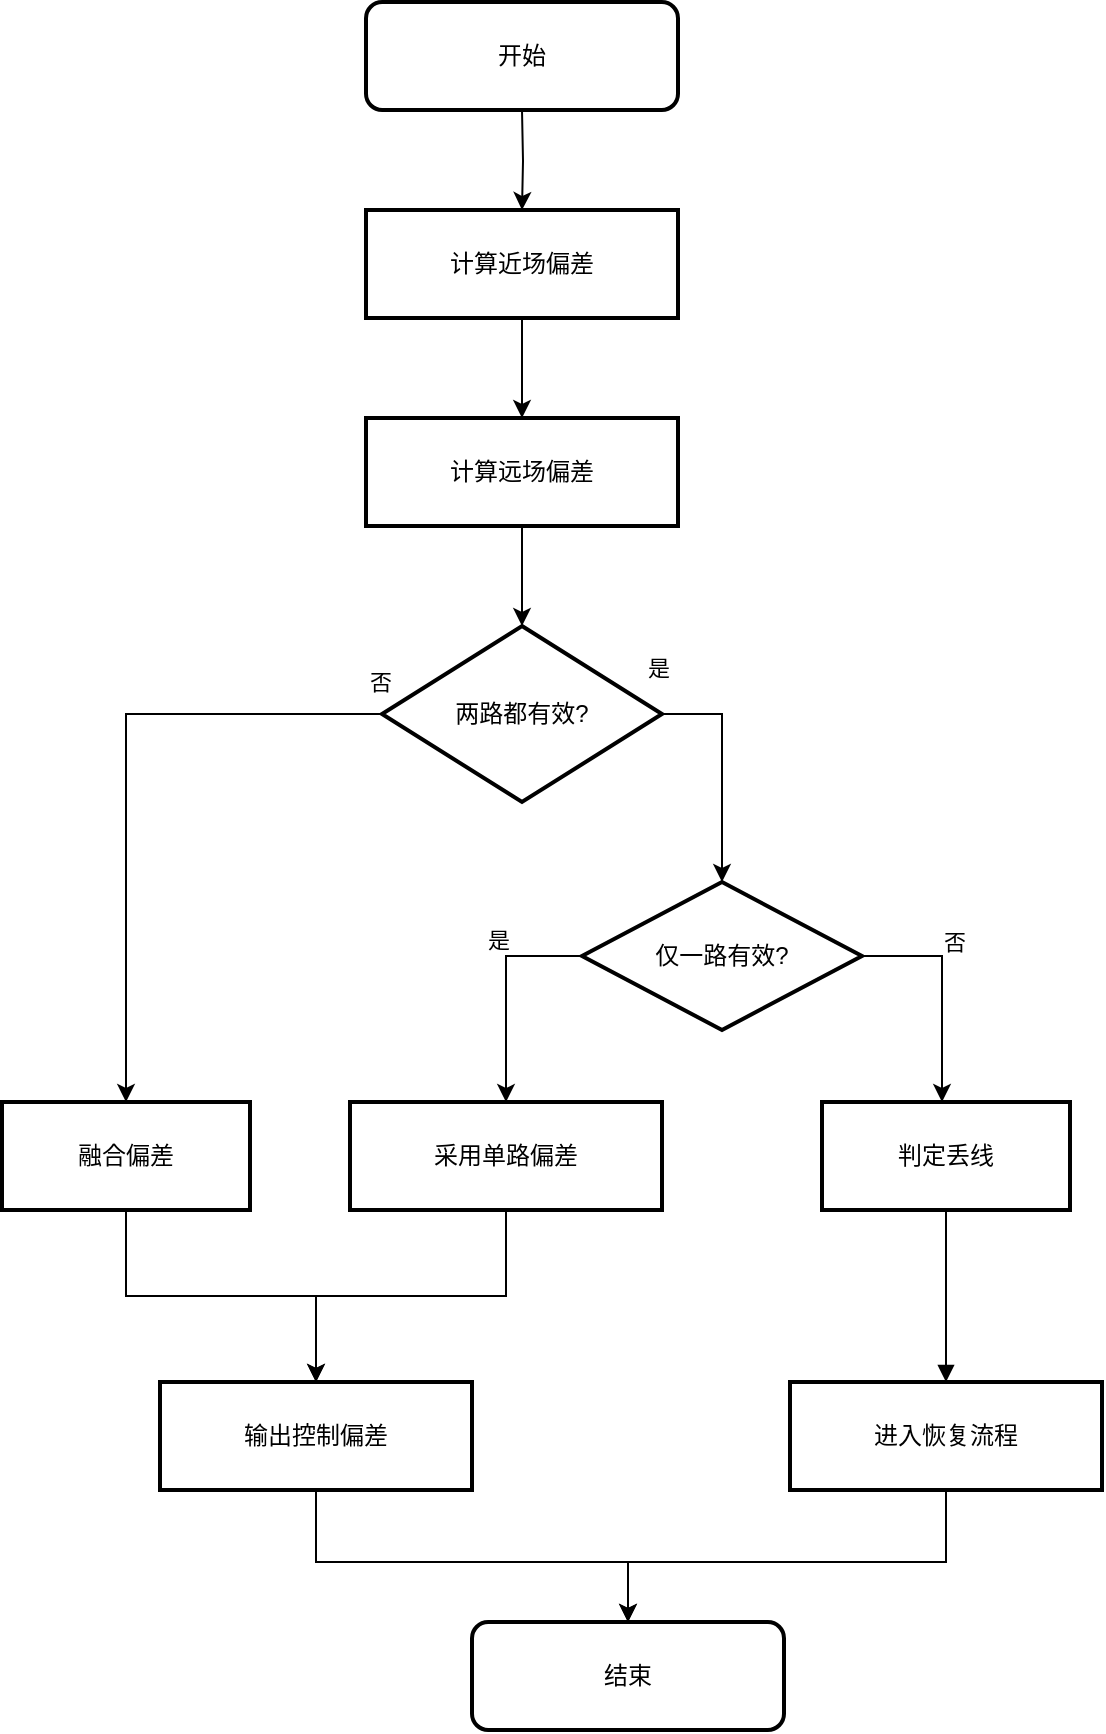
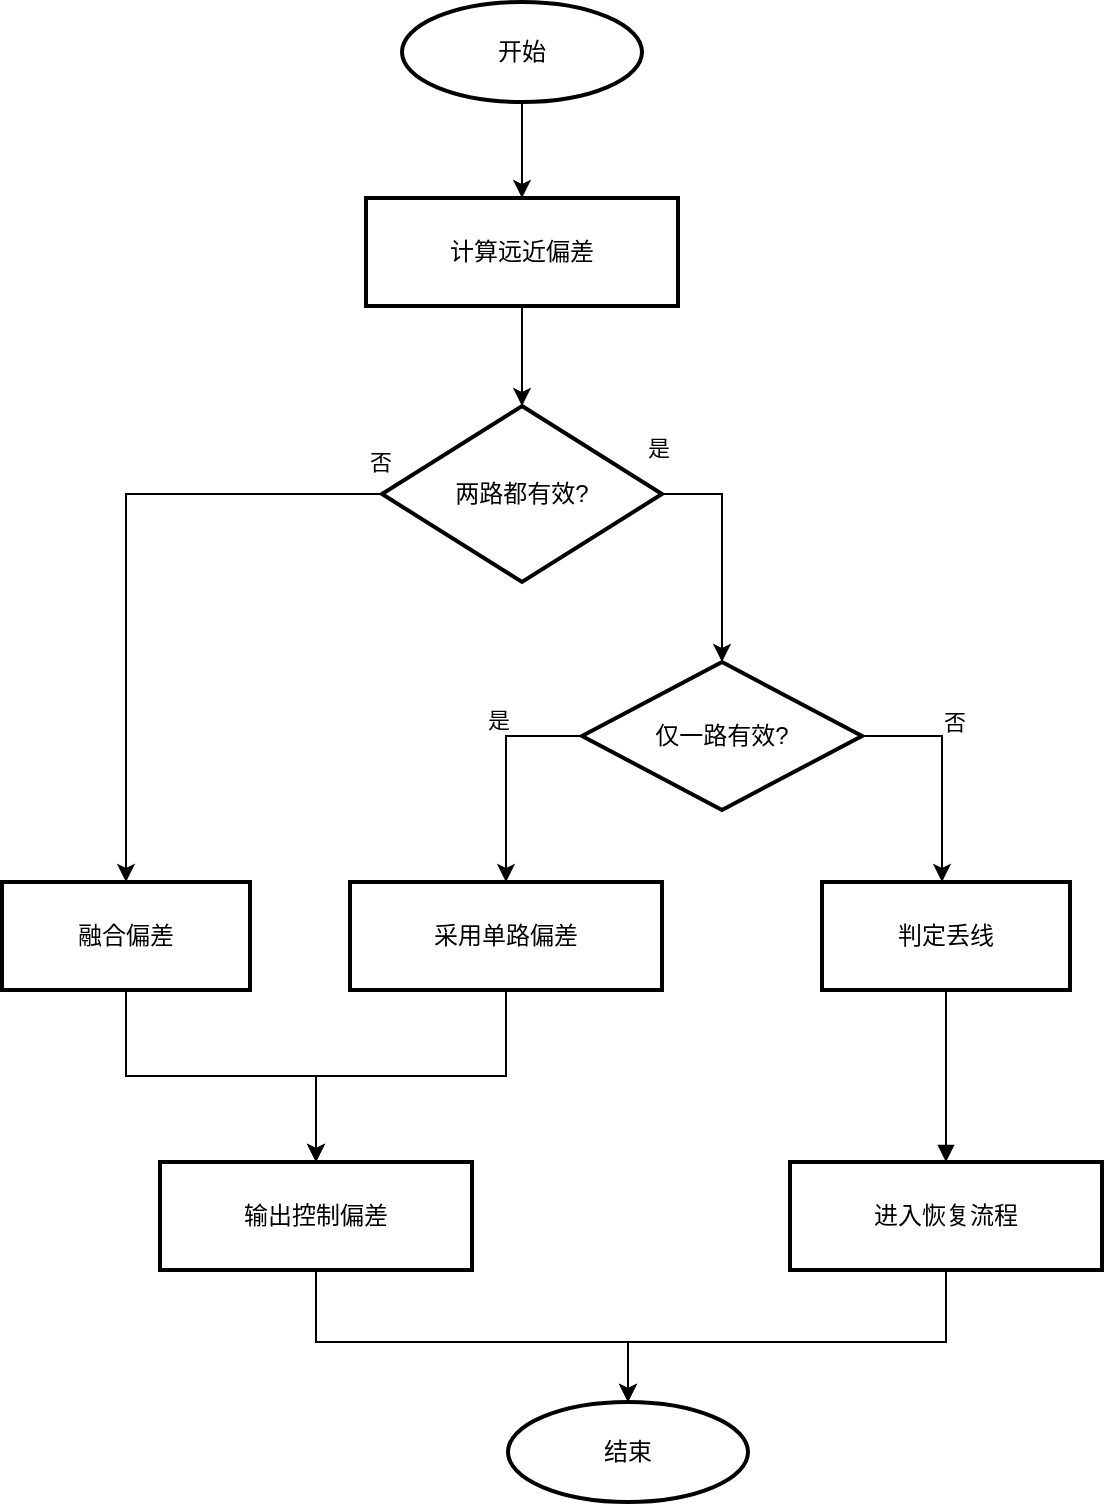
<mxfile host="app.diagrams.net">
  <diagram name="第 1 页" id="6ZN7ejQheA7mpfsWvkvQ">
-     <mxGraphModel dx="832" dy="465" grid="1" gridSize="10" guides="1" tooltips="1" connect="1" arrows="1" fold="1" page="1" pageScale="1" pageWidth="827" pageHeight="1169" math="0" shadow="0">
+     <mxGraphModel dx="1488" dy="833" grid="1" gridSize="10" guides="1" tooltips="1" connect="1" arrows="1" fold="1" page="1" pageScale="1" pageWidth="827" pageHeight="1169" math="0" shadow="0">
      <root>
        <mxCell id="0" />
        <mxCell id="1" parent="0" />
-         <mxCell id="a6NCEpF008HiBpCuohEk-43" edge="1" parent="1" style="edgeStyle=orthogonalEdgeStyle;rounded=0;orthogonalLoop=1;jettySize=auto;html=1;" target="a6NCEpF008HiBpCuohEk-24" value="">
-           <mxGeometry relative="1" as="geometry">
-             <mxPoint x="279.9999999999999" y="73.99999999999994" as="sourcePoint" />
-           </mxGeometry>
-         </mxCell>
-         <mxCell id="a6NCEpF008HiBpCuohEk-44" edge="1" parent="1" source="a6NCEpF008HiBpCuohEk-24" style="edgeStyle=orthogonalEdgeStyle;rounded=0;orthogonalLoop=1;jettySize=auto;html=1;" target="a6NCEpF008HiBpCuohEk-25" value="">
-           <mxGeometry relative="1" as="geometry" />
-         </mxCell>
-         <mxCell id="a6NCEpF008HiBpCuohEk-24" parent="1" style="whiteSpace=wrap;strokeWidth=2;fillColor=none;" value="计算近场偏差" vertex="1">
-           <mxGeometry height="54" width="156" x="202" y="124" as="geometry" />
-         </mxCell>
        <mxCell id="a6NCEpF008HiBpCuohEk-45" edge="1" parent="1" source="a6NCEpF008HiBpCuohEk-25" style="edgeStyle=orthogonalEdgeStyle;rounded=0;orthogonalLoop=1;jettySize=auto;html=1;" target="a6NCEpF008HiBpCuohEk-26" value="">
          <mxGeometry relative="1" as="geometry" />
        </mxCell>
-         <mxCell id="a6NCEpF008HiBpCuohEk-25" parent="1" style="whiteSpace=wrap;strokeWidth=2;fillColor=none;" value="计算远场偏差" vertex="1">
+         <mxCell id="a6NCEpF008HiBpCuohEk-25" parent="1" style="whiteSpace=wrap;strokeWidth=2;fillColor=none;" value="计算远近偏差" vertex="1">
          <mxGeometry height="54" width="156" x="202" y="228" as="geometry" />
        </mxCell>
        <mxCell id="a6NCEpF008HiBpCuohEk-46" edge="1" parent="1" source="a6NCEpF008HiBpCuohEk-26" style="edgeStyle=orthogonalEdgeStyle;rounded=0;orthogonalLoop=1;jettySize=auto;html=1;entryX=0.5;entryY=0;entryDx=0;entryDy=0;" target="a6NCEpF008HiBpCuohEk-27">
          <mxGeometry relative="1" as="geometry" />
        </mxCell>
        <mxCell id="a6NCEpF008HiBpCuohEk-53" connectable="0" parent="a6NCEpF008HiBpCuohEk-46" style="edgeLabel;html=1;align=center;verticalAlign=middle;resizable=0;points=[];" value="否" vertex="1">
          <mxGeometry relative="1" x="-0.8468" y="-3" as="geometry">
            <mxPoint x="23" y="-13" as="offset" />
          </mxGeometry>
        </mxCell>
        <mxCell id="a6NCEpF008HiBpCuohEk-47" edge="1" parent="1" source="a6NCEpF008HiBpCuohEk-26" style="edgeStyle=orthogonalEdgeStyle;rounded=0;orthogonalLoop=1;jettySize=auto;html=1;entryX=0.5;entryY=0;entryDx=0;entryDy=0;" target="a6NCEpF008HiBpCuohEk-28">
          <mxGeometry relative="1" as="geometry">
            <Array as="points">
              <mxPoint x="380" y="376" />
            </Array>
            <mxPoint x="380" y="540" as="targetPoint" />
          </mxGeometry>
        </mxCell>
        <mxCell id="a6NCEpF008HiBpCuohEk-52" connectable="0" parent="a6NCEpF008HiBpCuohEk-47" style="edgeLabel;html=1;align=center;verticalAlign=middle;resizable=0;points=[];" value="是" vertex="1">
          <mxGeometry relative="1" x="-0.6406" y="1" as="geometry">
            <mxPoint x="-23" y="-22" as="offset" />
          </mxGeometry>
        </mxCell>
        <mxCell id="a6NCEpF008HiBpCuohEk-26" parent="1" style="rhombus;strokeWidth=2;whiteSpace=wrap;fillColor=none;" value="两路都有效?" vertex="1">
          <mxGeometry height="88" width="140" x="210" y="332" as="geometry" />
        </mxCell>
        <mxCell id="a6NCEpF008HiBpCuohEk-54" edge="1" parent="1" source="a6NCEpF008HiBpCuohEk-27" style="edgeStyle=orthogonalEdgeStyle;rounded=0;orthogonalLoop=1;jettySize=auto;html=1;entryX=0.5;entryY=0;entryDx=0;entryDy=0;" target="a6NCEpF008HiBpCuohEk-31">
          <mxGeometry relative="1" as="geometry" />
        </mxCell>
        <mxCell id="a6NCEpF008HiBpCuohEk-27" parent="1" style="whiteSpace=wrap;strokeWidth=2;fillColor=none;" value="融合偏差" vertex="1">
          <mxGeometry height="54" width="124" x="20" y="570" as="geometry" />
        </mxCell>
        <mxCell id="a6NCEpF008HiBpCuohEk-48" edge="1" parent="1" source="a6NCEpF008HiBpCuohEk-28" style="edgeStyle=orthogonalEdgeStyle;rounded=0;orthogonalLoop=1;jettySize=auto;html=1;entryX=0.5;entryY=0;entryDx=0;entryDy=0;" target="a6NCEpF008HiBpCuohEk-29">
          <mxGeometry relative="1" as="geometry">
            <Array as="points">
              <mxPoint x="272" y="497" />
            </Array>
          </mxGeometry>
        </mxCell>
        <mxCell id="a6NCEpF008HiBpCuohEk-49" connectable="0" parent="a6NCEpF008HiBpCuohEk-48" style="edgeLabel;html=1;align=center;verticalAlign=middle;resizable=0;points=[];" value="是" vertex="1">
          <mxGeometry relative="1" x="-0.4287" y="-1" as="geometry">
            <mxPoint x="-11" y="-7" as="offset" />
          </mxGeometry>
        </mxCell>
        <mxCell id="a6NCEpF008HiBpCuohEk-50" edge="1" parent="1" source="a6NCEpF008HiBpCuohEk-28" style="edgeStyle=orthogonalEdgeStyle;rounded=0;orthogonalLoop=1;jettySize=auto;html=1;" target="a6NCEpF008HiBpCuohEk-30">
          <mxGeometry relative="1" as="geometry">
            <Array as="points">
              <mxPoint x="490" y="497" />
            </Array>
          </mxGeometry>
        </mxCell>
        <mxCell id="a6NCEpF008HiBpCuohEk-51" connectable="0" parent="a6NCEpF008HiBpCuohEk-50" style="edgeLabel;html=1;align=center;verticalAlign=middle;resizable=0;points=[];" value="否" vertex="1">
          <mxGeometry relative="1" x="-0.5" as="geometry">
            <mxPoint x="17" y="-7" as="offset" />
          </mxGeometry>
        </mxCell>
        <mxCell id="a6NCEpF008HiBpCuohEk-28" parent="1" style="rhombus;strokeWidth=2;whiteSpace=wrap;fillColor=none;" value="仅一路有效?" vertex="1">
          <mxGeometry height="74" width="140" x="310" y="460" as="geometry" />
        </mxCell>
        <mxCell id="a6NCEpF008HiBpCuohEk-55" edge="1" parent="1" source="a6NCEpF008HiBpCuohEk-29" style="edgeStyle=orthogonalEdgeStyle;rounded=0;orthogonalLoop=1;jettySize=auto;html=1;entryX=0.5;entryY=0;entryDx=0;entryDy=0;" target="a6NCEpF008HiBpCuohEk-31">
          <mxGeometry relative="1" as="geometry" />
        </mxCell>
        <mxCell id="a6NCEpF008HiBpCuohEk-29" parent="1" style="whiteSpace=wrap;strokeWidth=2;fillColor=none;" value="采用单路偏差" vertex="1">
          <mxGeometry height="54" width="156" x="194" y="570" as="geometry" />
        </mxCell>
        <mxCell id="a6NCEpF008HiBpCuohEk-30" parent="1" style="whiteSpace=wrap;strokeWidth=2;fillColor=none;" value="判定丢线" vertex="1">
          <mxGeometry height="54" width="124" x="430" y="570" as="geometry" />
        </mxCell>
-         <mxCell id="vZULp3wV2ur51sZqB0oX-3" edge="1" parent="1" source="a6NCEpF008HiBpCuohEk-31" style="edgeStyle=orthogonalEdgeStyle;rounded=0;orthogonalLoop=1;jettySize=auto;html=1;" target="vZULp3wV2ur51sZqB0oX-2">
+         <mxCell id="vZULp3wV2ur51sZqB0oX-3" edge="1" parent="1" source="a6NCEpF008HiBpCuohEk-31" style="edgeStyle=orthogonalEdgeStyle;rounded=0;orthogonalLoop=1;jettySize=auto;html=1;">
          <mxGeometry relative="1" as="geometry">
            <Array as="points">
              <mxPoint x="177" y="800" />
              <mxPoint x="333" y="800" />
            </Array>
+             <mxPoint x="333" y="830" as="targetPoint" />
          </mxGeometry>
        </mxCell>
        <mxCell id="a6NCEpF008HiBpCuohEk-31" parent="1" style="whiteSpace=wrap;strokeWidth=2;fillColor=none;" value="输出控制偏差" vertex="1">
          <mxGeometry height="54" width="156" x="99" y="710" as="geometry" />
        </mxCell>
-         <mxCell id="vZULp3wV2ur51sZqB0oX-4" edge="1" parent="1" source="a6NCEpF008HiBpCuohEk-32" style="edgeStyle=orthogonalEdgeStyle;rounded=0;orthogonalLoop=1;jettySize=auto;html=1;entryX=0.5;entryY=0;entryDx=0;entryDy=0;" target="vZULp3wV2ur51sZqB0oX-2">
+         <mxCell id="vZULp3wV2ur51sZqB0oX-4" edge="1" parent="1" source="a6NCEpF008HiBpCuohEk-32" style="edgeStyle=orthogonalEdgeStyle;rounded=0;orthogonalLoop=1;jettySize=auto;html=1;entryX=0.5;entryY=0;entryDx=0;entryDy=0;">
          <mxGeometry relative="1" as="geometry">
            <Array as="points">
              <mxPoint x="492" y="800" />
              <mxPoint x="333" y="800" />
            </Array>
+             <mxPoint x="333" y="830" as="targetPoint" />
          </mxGeometry>
        </mxCell>
        <mxCell id="a6NCEpF008HiBpCuohEk-32" parent="1" style="whiteSpace=wrap;strokeWidth=2;fillColor=none;" value="进入恢复流程" vertex="1">
          <mxGeometry height="54" width="156" x="414" y="710" as="geometry" />
        </mxCell>
        <mxCell id="a6NCEpF008HiBpCuohEk-42" edge="1" parent="1" source="a6NCEpF008HiBpCuohEk-30" style="curved=1;startArrow=none;endArrow=block;exitX=0.5;exitY=1;entryX=0.5;entryY=0;rounded=0;" target="a6NCEpF008HiBpCuohEk-32" value="">
          <mxGeometry relative="1" as="geometry">
            <Array as="points" />
          </mxGeometry>
        </mxCell>
-         <mxCell id="vZULp3wV2ur51sZqB0oX-1" parent="1" style="rounded=1;whiteSpace=wrap;html=1;fillColor=none;strokeWidth=2;" value="开始" vertex="1">
-           <mxGeometry height="54" width="156" x="202" y="20" as="geometry" />
+         <mxCell id="kkKi2vBAloX1GsSSAmMW-3" edge="1" parent="1" source="kkKi2vBAloX1GsSSAmMW-2" style="edgeStyle=orthogonalEdgeStyle;rounded=0;orthogonalLoop=1;jettySize=auto;html=1;" target="a6NCEpF008HiBpCuohEk-25" value="">
+           <mxGeometry relative="1" as="geometry" />
        </mxCell>
-         <mxCell id="vZULp3wV2ur51sZqB0oX-2" parent="1" style="rounded=1;whiteSpace=wrap;html=1;fillColor=none;strokeWidth=2;" value="结束" vertex="1">
-           <mxGeometry height="54" width="156" x="255" y="830" as="geometry" />
+         <mxCell id="kkKi2vBAloX1GsSSAmMW-2" parent="1" style="strokeWidth=2;html=1;shape=mxgraph.flowchart.start_1;whiteSpace=wrap;fillColor=none;" value="开始" vertex="1">
+           <mxGeometry height="50" width="120" x="220" y="130" as="geometry" />
+         </mxCell>
+         <mxCell id="kkKi2vBAloX1GsSSAmMW-4" parent="1" style="strokeWidth=2;html=1;shape=mxgraph.flowchart.start_1;whiteSpace=wrap;fillColor=none;" value="结束" vertex="1">
+           <mxGeometry height="50" width="120" x="273" y="830" as="geometry" />
        </mxCell>
      </root>
    </mxGraphModel>
  </diagram>
</mxfile>
